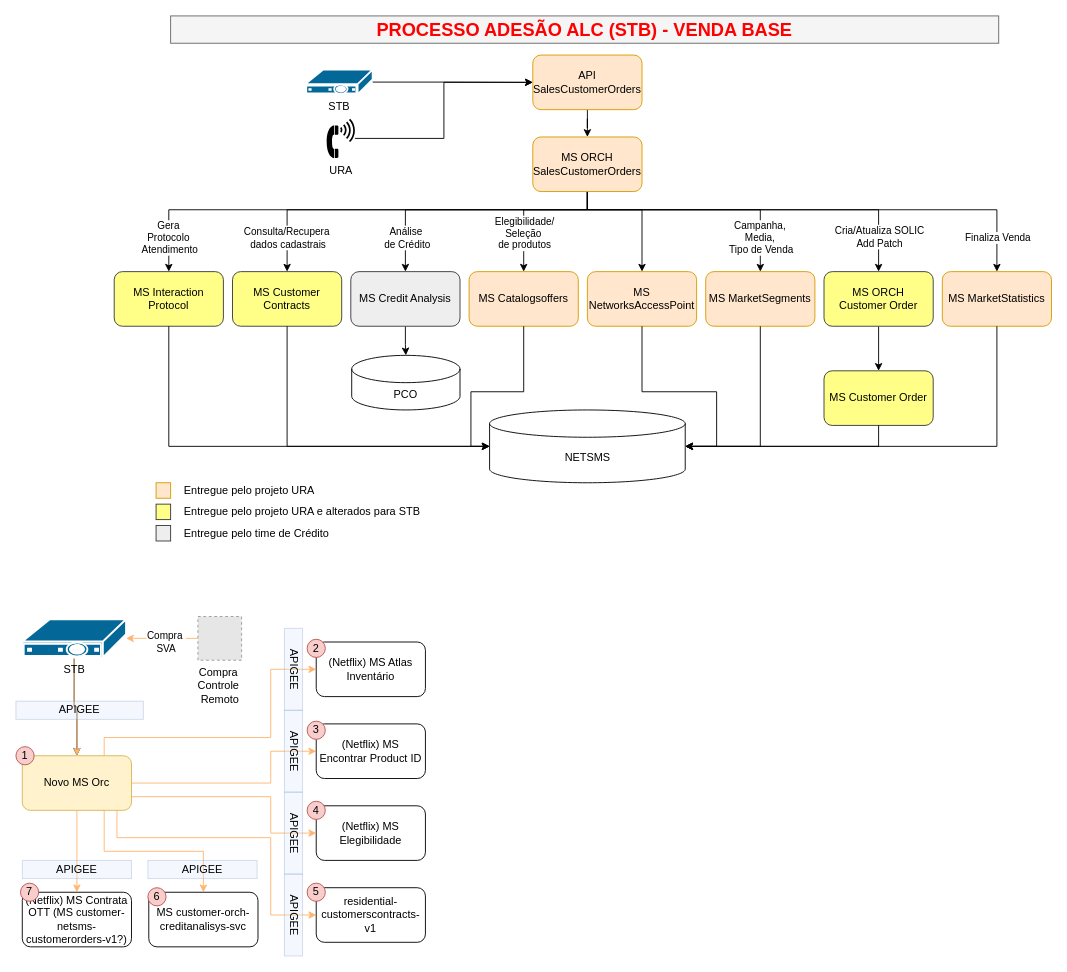
The draw.io diagram page "v3" (3 of 3) of 119216 - Chamada de crédito para vendas através de controle remoto.drawio in samirali/ClaroBrasil, before the edit. Source tidied: cells renumbered, new cells numbered last; positions are measured from the earlier drawing's top-left corner, leaving out a move shared by most shapes. Both pictures are drawn from the tidied source at 91%, with x=0, y=0 at pixel (15, 15). Pictures stored in the file or linked from it are replaced by grey dashed boxes.
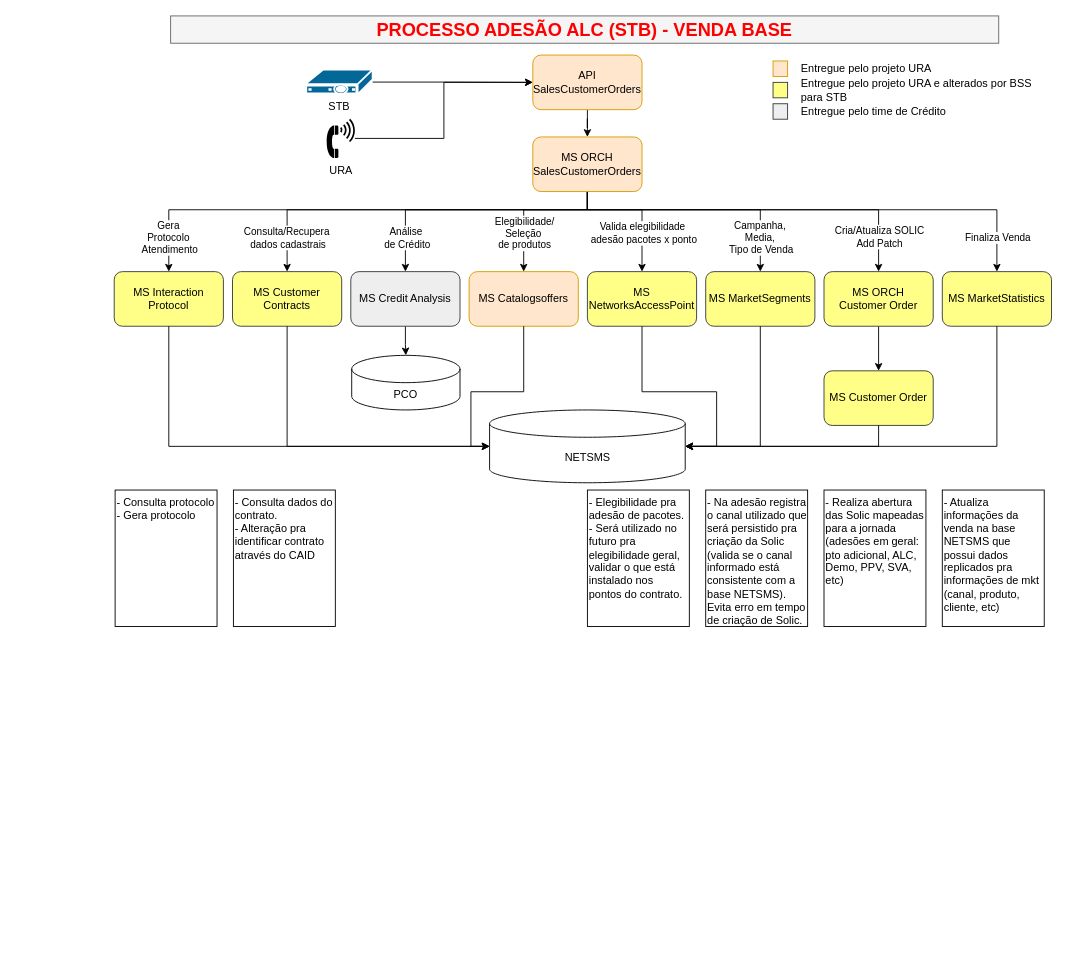
The same diagram, later.

The change refers to these unchanged cells:
```xml
<mxCell id="45" style="edgeStyle=orthogonalEdgeStyle;rounded=0;jettySize=auto;html=1;entryX=0.5;entryY=0;entryDx=0;entryDy=0;" parent="1" edge="1" source="52" target="63">
  <mxGeometry relative="1" as="geometry">
    <Array as="points">
      <mxPoint x="628" y="213" />
      <mxPoint x="688" y="213" />
    </Array>
  </mxGeometry>
</mxCell>
```

Change to the diagram source:
```diff
@@
-    <mxCell id="2" value="(Netflix) MS Atlas Inventário" style="rounded=1;whiteSpace=wrap;html=1;" parent="1" vertex="1">
-      <mxGeometry x="330" y="688" width="120" height="60" as="geometry" />
-    </mxCell>
-    <mxCell id="3" style="edgeStyle=orthogonalEdgeStyle;rounded=0;jettySize=auto;html=1;strokeColor=#FFB570;" parent="1" edge="1" source="5" target="8">
-      <mxGeometry relative="1" as="geometry" />
-    </mxCell>
-    <mxCell id="4" value="Compra&amp;nbsp;&lt;div&gt;SVA&lt;/div&gt;" style="edgeLabel;html=1;align=center;verticalAlign=middle;" parent="3" vertex="1">
-      <mxGeometry x="-0.1" y="3" relative="1" as="geometry" />
-    </mxCell>
-    <mxCell id="5" value="Compra&amp;nbsp;&lt;div&gt;Controle&amp;nbsp;&lt;div&gt;Remoto&lt;/div&gt;&lt;/div&gt;" style="fillColor=#E6E6E6;strokeColor=#999999;dashed=1;html=1;verticalAlign=top;verticalLabelPosition=bottom;labelBackgroundColor=#ffffff;" parent="1" vertex="1">
-      <mxGeometry x="200" y="660" width="48" height="48" as="geometry" />
-    </mxCell>
-    <mxCell id="6" style="edgeStyle=orthogonalEdgeStyle;rounded=0;jettySize=auto;html=1;entryX=0.5;entryY=0;entryDx=0;entryDy=0;" parent="1" edge="1" source="8" target="13">
-      <mxGeometry relative="1" as="geometry" />
-    </mxCell>
-    <mxCell id="7" style="edgeStyle=orthogonalEdgeStyle;rounded=0;jettySize=auto;html=1;strokeColor=#FFB570;" parent="1" edge="1" source="8" target="13">
-      <mxGeometry relative="1" as="geometry" />
-    </mxCell>
-    <mxCell id="8" value="STB" style="shape=mxgraph.cisco.misc.set_top_box;html=1;dashed=0;fillColor=#036897;strokeColor=#ffffff;strokeWidth=2;verticalLabelPosition=bottom;verticalAlign=top;align=center;outlineConnect=0;" parent="1" vertex="1">
-      <mxGeometry x="7" y="663" width="114" height="42" as="geometry" />
-    </mxCell>
-    <mxCell id="9" style="edgeStyle=orthogonalEdgeStyle;rounded=0;jettySize=auto;html=1;exitX=0.867;exitY=1;exitDx=0;exitDy=0;strokeColor=#FFB570;exitPerimeter=0;entryX=0;entryY=0.5;entryDx=0;entryDy=0;" parent="1" edge="1" source="13" target="14">
-      <mxGeometry relative="1" as="geometry">
-        <Array as="points">
-          <mxPoint x="111" y="903" />
-          <mxPoint x="280" y="903" />
-          <mxPoint x="280" y="988" />
-        </Array>
-      </mxGeometry>
-    </mxCell>
-    <mxCell id="10" style="edgeStyle=orthogonalEdgeStyle;rounded=0;jettySize=auto;html=1;entryX=0;entryY=0.5;entryDx=0;entryDy=0;exitX=0.75;exitY=0;exitDx=0;exitDy=0;strokeColor=#FFB570;" parent="1" edge="1" source="13" target="2">
-      <mxGeometry relative="1" as="geometry">
-        <Array as="points">
-          <mxPoint x="97" y="793" />
-          <mxPoint x="280" y="793" />
-          <mxPoint x="280" y="718" />
-        </Array>
-      </mxGeometry>
-    </mxCell>
-    <mxCell id="11" style="edgeStyle=orthogonalEdgeStyle;rounded=0;jettySize=auto;html=1;entryX=0.5;entryY=0;entryDx=0;entryDy=0;strokeColor=#FFB570;exitX=0.75;exitY=1;exitDx=0;exitDy=0;" parent="1" edge="1" source="13" target="15">
-      <mxGeometry relative="1" as="geometry" />
-    </mxCell>
-    <mxCell id="12" style="edgeStyle=orthogonalEdgeStyle;rounded=0;jettySize=auto;html=1;entryX=0.5;entryY=0;entryDx=0;entryDy=0;strokeColor=#FFB570;" parent="1" edge="1" source="13" target="16">
-      <mxGeometry relative="1" as="geometry" />
-    </mxCell>
-    <mxCell id="13" value="Novo MS Orc" style="rounded=1;whiteSpace=wrap;html=1;fillColor=#fff2cc;strokeColor=#d6b656;" parent="1" vertex="1">
-      <mxGeometry x="7" y="813" width="120" height="60" as="geometry" />
-    </mxCell>
-    <mxCell id="14" value="&lt;span&gt;residential-customerscontracts-v1&lt;/span&gt;" style="rounded=1;whiteSpace=wrap;html=1;" parent="1" vertex="1">
-      <mxGeometry x="330" y="958" width="120" height="60" as="geometry" />
-    </mxCell>
-    <mxCell id="15" value="MS customer-orch-creditanalisys-svc" style="rounded=1;whiteSpace=wrap;html=1;" parent="1" vertex="1">
-      <mxGeometry x="146" y="963" width="120" height="60" as="geometry" />
-    </mxCell>
-    <mxCell id="16" value="(Netflix) MS Contrata OTT (MS customer-netsms-customerorders-v1?)" style="rounded=1;whiteSpace=wrap;html=1;" parent="1" vertex="1">
-      <mxGeometry x="7" y="963" width="120" height="60" as="geometry" />
-    </mxCell>
-    <mxCell id="17" value="(Netflix)&amp;nbsp;MS Elegibilidade" style="rounded=1;whiteSpace=wrap;html=1;" parent="1" vertex="1">
-      <mxGeometry x="330" y="868" width="120" height="60" as="geometry" />
-    </mxCell>
-    <mxCell id="18" value="APIGEE" style="rounded=0;whiteSpace=wrap;html=1;fillColor=#dae8fc;strokeColor=#6c8ebf;opacity=30;" parent="1" vertex="1">
-      <mxGeometry y="753" width="140" height="20" as="geometry" />
-    </mxCell>
-    <mxCell id="19" style="edgeStyle=orthogonalEdgeStyle;rounded=0;jettySize=auto;html=1;strokeColor=#FFB570;entryX=0;entryY=0.5;entryDx=0;entryDy=0;exitX=1;exitY=0.5;exitDx=0;exitDy=0;" parent="1" edge="1" source="13" target="25">
-      <mxGeometry relative="1" as="geometry">
-        <Array as="points">
-          <mxPoint x="280" y="843" />
-          <mxPoint x="280" y="808" />
-        </Array>
-      </mxGeometry>
-    </mxCell>
-    <mxCell id="20" value="APIGEE" style="rounded=0;whiteSpace=wrap;html=1;fillColor=#dae8fc;strokeColor=#6c8ebf;opacity=30;textDirection=vertical-lr;" parent="1" vertex="1">
-      <mxGeometry x="295" y="673" width="20" height="90" as="geometry" />
-    </mxCell>
-    <mxCell id="21" value="1" style="ellipse;whiteSpace=wrap;html=1;fillColor=#f8cecc;strokeColor=#b85450;" parent="1" vertex="1">
-      <mxGeometry y="803" width="20" height="20" as="geometry" />
-    </mxCell>
-    <mxCell id="22" value="7" style="ellipse;whiteSpace=wrap;html=1;fillColor=#f8cecc;strokeColor=#b85450;" parent="1" vertex="1">
-      <mxGeometry x="5" y="953" width="20" height="20" as="geometry" />
-    </mxCell>
-    <mxCell id="23" value="5" style="ellipse;whiteSpace=wrap;html=1;fillColor=#f8cecc;strokeColor=#b85450;" parent="1" vertex="1">
-      <mxGeometry x="320" y="953" width="20" height="20" as="geometry" />
-    </mxCell>
-    <mxCell id="24" value="6" style="ellipse;whiteSpace=wrap;html=1;fillColor=#f8cecc;strokeColor=#b85450;" parent="1" vertex="1">
-      <mxGeometry x="145" y="958" width="20" height="20" as="geometry" />
-    </mxCell>
-    <mxCell id="25" value="(Netflix) MS Encontrar Product ID" style="rounded=1;whiteSpace=wrap;html=1;" parent="1" vertex="1">
-      <mxGeometry x="330" y="778" width="120" height="60" as="geometry" />
-    </mxCell>
-    <mxCell id="26" value="APIGEE" style="rounded=0;whiteSpace=wrap;html=1;fillColor=#dae8fc;strokeColor=#6c8ebf;opacity=30;textDirection=vertical-lr;" parent="1" vertex="1">
-      <mxGeometry x="295" y="763" width="20" height="90" as="geometry" />
-    </mxCell>
-    <mxCell id="27" value="3" style="ellipse;whiteSpace=wrap;html=1;fillColor=#f8cecc;strokeColor=#b85450;" parent="1" vertex="1">
-      <mxGeometry x="320" y="775" width="20" height="20" as="geometry" />
-    </mxCell>
-    <mxCell id="28" value="APIGEE" style="rounded=0;whiteSpace=wrap;html=1;fillColor=#dae8fc;strokeColor=#6c8ebf;opacity=30;textDirection=vertical-lr;" parent="1" vertex="1">
-      <mxGeometry x="295" y="943" width="20" height="90" as="geometry" />
-    </mxCell>
-    <mxCell id="29" value="4" style="ellipse;whiteSpace=wrap;html=1;fillColor=#f8cecc;strokeColor=#b85450;" parent="1" vertex="1">
-      <mxGeometry x="320" y="863" width="20" height="20" as="geometry" />
-    </mxCell>
-    <mxCell id="30" value="APIGEE" style="rounded=0;whiteSpace=wrap;html=1;fillColor=#dae8fc;strokeColor=#6c8ebf;opacity=30;" parent="1" vertex="1">
-      <mxGeometry x="145" y="928" width="120" height="20" as="geometry" />
-    </mxCell>
-    <mxCell id="31" value="APIGEE" style="rounded=0;whiteSpace=wrap;html=1;fillColor=#dae8fc;strokeColor=#6c8ebf;opacity=30;" parent="1" vertex="1">
-      <mxGeometry x="7" y="928" width="120" height="20" as="geometry" />
-    </mxCell>
-    <mxCell id="32" style="edgeStyle=orthogonalEdgeStyle;rounded=0;jettySize=auto;html=1;strokeColor=#FFB570;entryX=0;entryY=0.5;entryDx=0;entryDy=0;exitX=1;exitY=0.75;exitDx=0;exitDy=0;" parent="1" edge="1" source="13" target="17">
-      <mxGeometry relative="1" as="geometry">
-        <Array as="points">
-          <mxPoint x="280" y="858" />
-          <mxPoint x="280" y="898" />
-        </Array>
-      </mxGeometry>
-    </mxCell>
-    <mxCell id="33" value="APIGEE" style="rounded=0;whiteSpace=wrap;html=1;fillColor=#dae8fc;strokeColor=#6c8ebf;opacity=30;textDirection=vertical-lr;" parent="1" vertex="1">
-      <mxGeometry x="295" y="853" width="20" height="90" as="geometry" />
-    </mxCell>
-    <mxCell id="34" value="2" style="ellipse;whiteSpace=wrap;html=1;fillColor=#f8cecc;strokeColor=#b85450;" parent="1" vertex="1">
-      <mxGeometry x="320" y="685" width="20" height="20" as="geometry" />
-    </mxCell>
@@
+    <mxCell id="84" value="Valida elegibilidade&amp;nbsp;&lt;div&gt;adesão pacotes x ponto&lt;/div&gt;" style="edgeLabel;html=1;align=center;verticalAlign=middle;" parent="45" vertex="1">
+      <mxGeometry x="0.42" y="1" relative="1" as="geometry" />
+    </mxCell>
@@
-    <mxCell id="63" value="MS NetworksAccessPoint" style="rounded=1;whiteSpace=wrap;html=1;fillColor=#ffe6cc;strokeColor=#d79b00;" parent="1" vertex="1">
+    <mxCell id="63" value="MS NetworksAccessPoint" style="rounded=1;whiteSpace=wrap;html=1;fillColor=#ffff88;strokeColor=#36393d;" parent="1" vertex="1">
       <mxGeometry x="628" y="281" width="120" height="60" as="geometry" />
     </mxCell>
@@
-    <mxCell id="65" value="MS MarketSegments" style="rounded=1;whiteSpace=wrap;html=1;fillColor=#ffe6cc;strokeColor=#d79b00;" parent="1" vertex="1">
+    <mxCell id="65" value="MS MarketSegments" style="rounded=1;whiteSpace=wrap;html=1;fillColor=#ffff88;strokeColor=#36393d;" parent="1" vertex="1">
       <mxGeometry x="758" y="281" width="120" height="60" as="geometry" />
     </mxCell>
@@
-    <mxCell id="71" value="MS MarketStatistics" style="rounded=1;whiteSpace=wrap;html=1;fillColor=#ffe6cc;strokeColor=#d79b00;" parent="1" vertex="1">
+    <mxCell id="71" value="MS MarketStatistics" style="rounded=1;whiteSpace=wrap;html=1;fillColor=#ffff88;strokeColor=#36393d;" parent="1" vertex="1">
       <mxGeometry x="1018" y="281" width="120" height="60" as="geometry" />
     </mxCell>
@@
-    <mxCell id="78" style="rounded=0;whiteSpace=wrap;html=1;fillColor=#ffe6cc;strokeColor=#d79b00;" parent="1" vertex="1">
-      <mxGeometry x="154" y="513" width="16" height="17" as="geometry" />
-    </mxCell>
+    <mxCell id="85" style="rounded=0;whiteSpace=wrap;html=1;fillColor=#ffe6cc;strokeColor=#d79b00;" parent="1" vertex="1">
+      <mxGeometry x="832" y="49.5" width="16" height="17" as="geometry" />
+    </mxCell>
     <mxCell id="79" value="Entregue pelo projeto URA" style="text;html=1;align=left;verticalAlign=middle;whiteSpace=wrap;rounded=0;" parent="1" vertex="1">
-      <mxGeometry x="182.5" y="506.5" width="190" height="30" as="geometry" />
+      <mxGeometry x="860.5" y="43" width="190" height="30" as="geometry" />
     </mxCell>
-    <mxCell id="80" style="rounded=0;whiteSpace=wrap;html=1;fillColor=#ffff88;strokeColor=#36393d;" parent="1" vertex="1">
-      <mxGeometry x="154" y="536.5" width="16" height="17" as="geometry" />
-    </mxCell>
-    <mxCell id="81" value="Entregue pelo projeto URA e alterados para STB" style="text;html=1;align=left;verticalAlign=middle;whiteSpace=wrap;rounded=0;" parent="1" vertex="1">
-      <mxGeometry x="182.5" y="530" width="277.5" height="30" as="geometry" />
-    </mxCell>
-    <mxCell id="82" style="rounded=0;whiteSpace=wrap;html=1;fillColor=#eeeeee;strokeColor=#36393d;" parent="1" vertex="1">
-      <mxGeometry x="154" y="560" width="16" height="17" as="geometry" />
-    </mxCell>
+    <mxCell id="86" style="rounded=0;whiteSpace=wrap;html=1;fillColor=#ffff88;strokeColor=#36393d;" parent="1" vertex="1">
+      <mxGeometry x="832" y="73" width="16" height="17" as="geometry" />
+    </mxCell>
+    <mxCell id="87" value="Entregue pelo projeto URA e alterados por BSS para STB" style="text;html=1;align=left;verticalAlign=middle;whiteSpace=wrap;rounded=0;" parent="1" vertex="1">
+      <mxGeometry x="860.5" y="66.5" width="277.5" height="30" as="geometry" />
+    </mxCell>
+    <mxCell id="88" style="rounded=0;whiteSpace=wrap;html=1;fillColor=#eeeeee;strokeColor=#36393d;" parent="1" vertex="1">
+      <mxGeometry x="832" y="96.5" width="16" height="17" as="geometry" />
+    </mxCell>
     <mxCell id="83" value="Entregue pelo time de Crédito" style="text;html=1;align=left;verticalAlign=middle;whiteSpace=wrap;rounded=0;" parent="1" vertex="1">
-      <mxGeometry x="182.5" y="553.5" width="277.5" height="30" as="geometry" />
+      <mxGeometry x="860.5" y="90" width="277.5" height="30" as="geometry" />
     </mxCell>
+    <mxCell id="89" value="- Consulta protocolo&lt;div&gt;&lt;span style=&quot;background-color: transparent; color: light-dark(rgb(0, 0, 0), rgb(255, 255, 255));&quot;&gt;- Gera protocolo&lt;/span&gt;&lt;/div&gt;" style="text;html=1;align=left;verticalAlign=top;whiteSpace=wrap;rounded=0;strokeColor=default;" parent="1" vertex="1">
+      <mxGeometry x="109" y="521" width="112" height="150" as="geometry" />
+    </mxCell>
+    <mxCell id="90" value="- Consulta dados do contrato.&lt;div&gt;- Alteração pra identificar contrato através do CAID&lt;/div&gt;" style="text;html=1;align=left;verticalAlign=top;whiteSpace=wrap;rounded=0;strokeColor=default;" parent="1" vertex="1">
+      <mxGeometry x="239" y="521" width="112" height="150" as="geometry" />
+    </mxCell>
+    <mxCell id="91" value="- Elegibilidade pra adesão de pacotes.&lt;div&gt;- Será utilizado no futuro pra elegibilidade geral, validar o que está instalado nos pontos do contrato.&lt;/div&gt;" style="text;html=1;align=left;verticalAlign=top;whiteSpace=wrap;rounded=0;strokeColor=default;" parent="1" vertex="1">
+      <mxGeometry x="628" y="521" width="112" height="150" as="geometry" />
+    </mxCell>
+    <mxCell id="92" value="- Na adesão registra o canal utilizado que será persistido pra criação da Solic (valida se o canal informado está consistente com a base NETSMS). Evita erro em tempo de criação de Solic." style="text;html=1;align=left;verticalAlign=top;whiteSpace=wrap;rounded=0;strokeColor=default;" parent="1" vertex="1">
+      <mxGeometry x="758" y="521" width="112" height="150" as="geometry" />
+    </mxCell>
+    <mxCell id="93" value="- Realiza abertura das Solic mapeadas para a jornada (adesões em geral: pto adicional, ALC, Demo, PPV, SVA, etc)" style="text;html=1;align=left;verticalAlign=top;whiteSpace=wrap;rounded=0;strokeColor=default;" parent="1" vertex="1">
+      <mxGeometry x="888" y="521" width="112" height="150" as="geometry" />
+    </mxCell>
+    <mxCell id="94" value="- Atualiza informações da venda na base NETSMS que possui dados replicados pra informações de mkt (canal, produto, cliente, etc)" style="text;html=1;align=left;verticalAlign=top;whiteSpace=wrap;rounded=0;strokeColor=default;" parent="1" vertex="1">
+      <mxGeometry x="1018" y="521" width="112" height="150" as="geometry" />
+    </mxCell>
```
